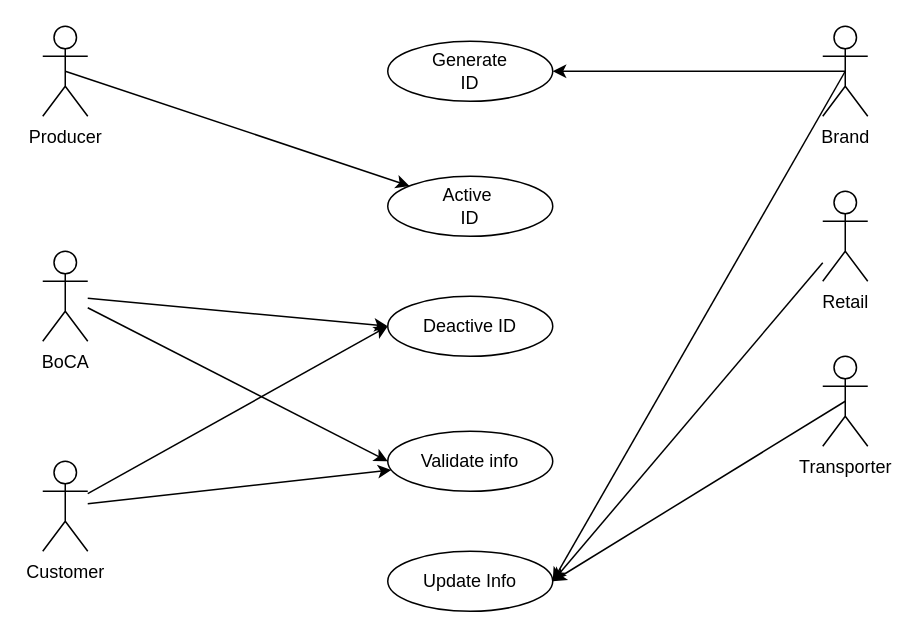
Earlier version of the draw.io diagram page "useCase" (1 of 3) of Tracing2020.drawio (NTT-TNN/draw). Source tidied: cells renumbered, new cells numbered last; positions are measured from the earlier drawing's top-left corner, leaving out a move shared by most shapes. Both pictures are drawn from the tidied source at 150%, with x=0, y=0 at pixel (42, 26).
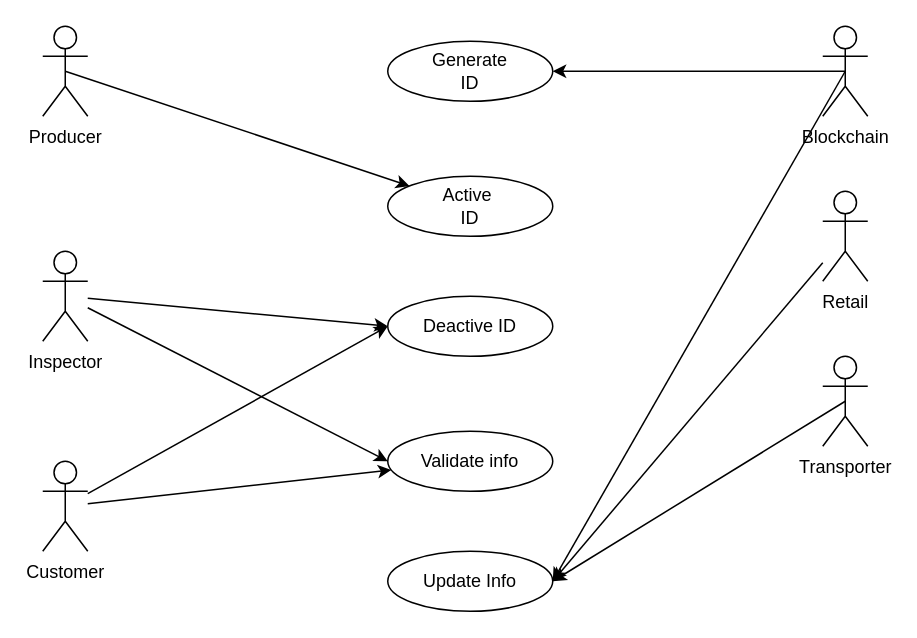
The same diagram, later.

Diff of the diagram source:
```diff
@@
-    <mxCell id="8" value="BoCA&lt;br&gt;" style="shape=umlActor;html=1;verticalLabelPosition=bottom;verticalAlign=top;align=center;" parent="1" vertex="1">
+    <mxCell id="8" value="Inspector" style="shape=umlActor;html=1;verticalLabelPosition=bottom;verticalAlign=top;align=center;" parent="1" vertex="1">
       <mxGeometry y="150" width="30" height="60" as="geometry" />
     </mxCell>
@@
-    <mxCell id="11" value="Brand" style="shape=umlActor;html=1;verticalLabelPosition=bottom;verticalAlign=top;align=center;" parent="1" vertex="1">
+    <mxCell id="11" value="Blockchain" style="shape=umlActor;html=1;verticalLabelPosition=bottom;verticalAlign=top;align=center;" parent="1" vertex="1">
       <mxGeometry x="520" width="30" height="60" as="geometry" />
     </mxCell>
```
